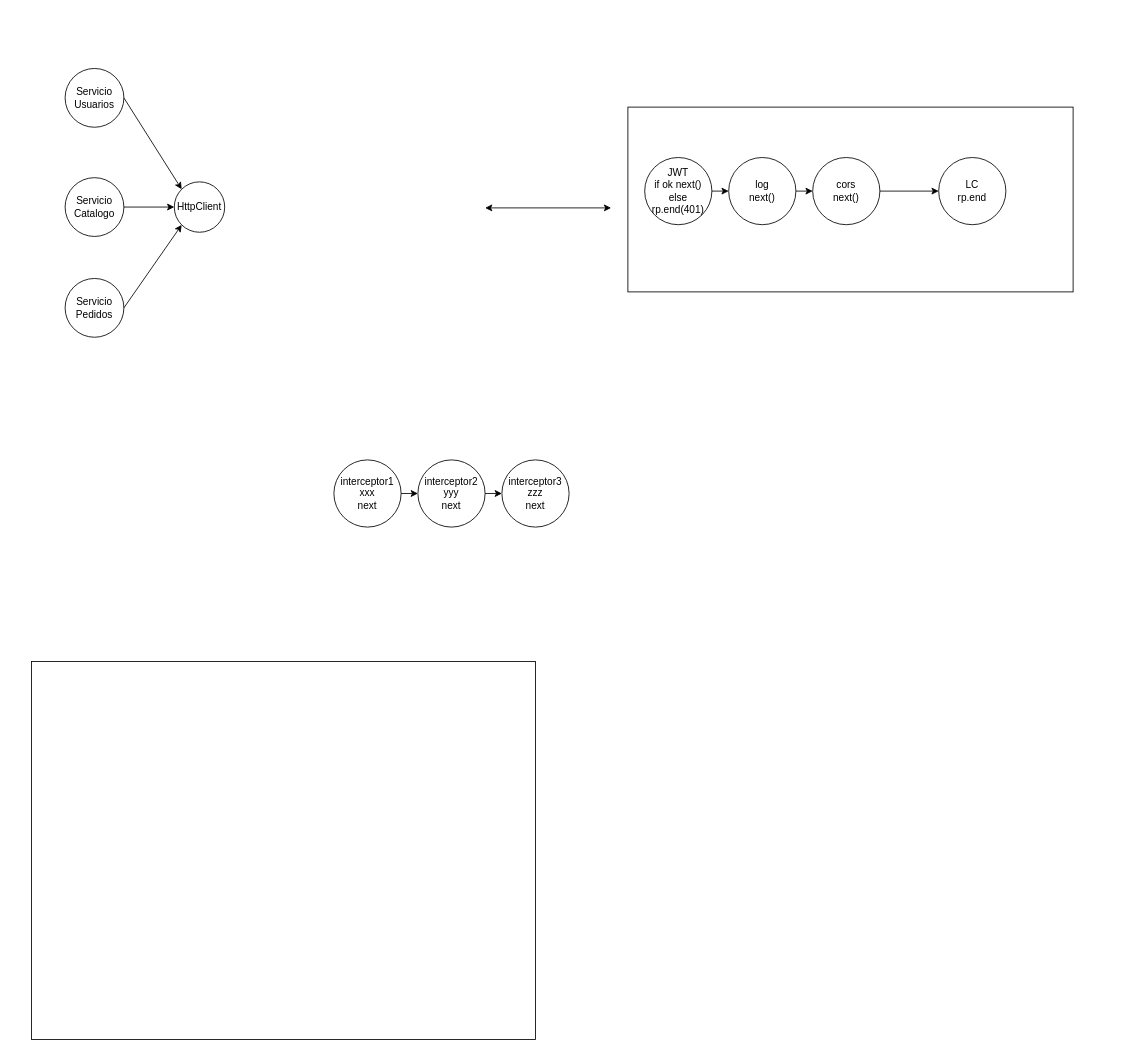
almoril00/MEAN keeps this draw.io diagram as page "Página-47" (47 of 47) of diagramas.drawio. Above is the earlier version. Source tidied: cells renumbered, new cells numbered last; positions are measured from the earlier drawing's top-left corner, leaving out a move shared by most shapes. Both pictures are drawn from the tidied source at 84%, with x=0, y=0 at pixel (31, 68).
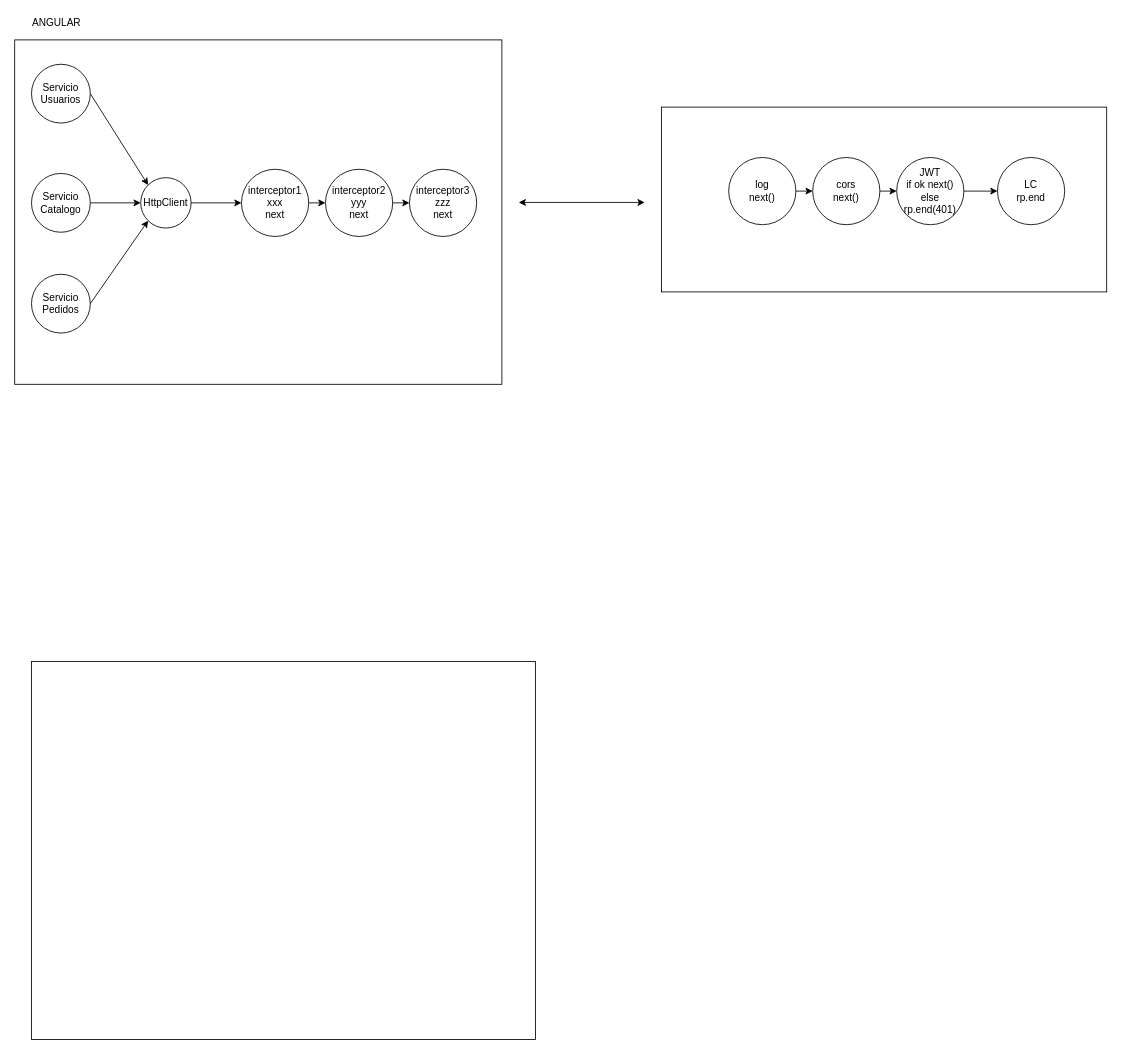
The same page after the edit.

Unchanged cells that the change refers to:
```xml
<mxCell id="14" value="log&lt;br&gt;next()" style="ellipse;whiteSpace=wrap;html=1;fillColor=none;" parent="1" vertex="1">
  <mxGeometry x="830" y="106" width="80" height="80" as="geometry" />
</mxCell>
<mxCell id="16" value="cors&lt;br&gt;next()" style="ellipse;whiteSpace=wrap;html=1;fillColor=none;" parent="1" vertex="1">
  <mxGeometry x="930" y="106" width="80" height="80" as="geometry" />
</mxCell>
```

Diff of the diagram source:
```diff
@@
+    <mxCell id="24" style="rounded=0;whiteSpace=wrap;html=1;fillColor=none;" parent="1" vertex="1">
+      <mxGeometry x="-20" y="-34" width="580" height="410" as="geometry" />
+    </mxCell>
     <mxCell id="2" style="rounded=0;whiteSpace=wrap;html=1;fillColor=none;" parent="1" vertex="1">
-      <mxGeometry x="710" y="46" width="530" height="220" as="geometry" />
+      <mxGeometry x="750" y="46" width="530" height="220" as="geometry" />
     </mxCell>
@@
     <mxCell id="4" value="Servicio&lt;br&gt;Usuarios" style="ellipse;whiteSpace=wrap;html=1;fillColor=none;" parent="1" vertex="1">
-      <mxGeometry x="40" width="70" height="70" as="geometry" />
+      <mxGeometry y="-5" width="70" height="70" as="geometry" />
     </mxCell>
     <mxCell id="5" value="LC&lt;br&gt;rp.end" style="ellipse;whiteSpace=wrap;html=1;fillColor=none;" parent="1" vertex="1">
-      <mxGeometry x="1080" y="106" width="80" height="80" as="geometry" />
+      <mxGeometry x="1150" y="106" width="80" height="80" as="geometry" />
     </mxCell>
+    <mxCell id="25" style="edgeStyle=orthogonalEdgeStyle;rounded=0;jettySize=auto;html=1;exitX=1;exitY=0.5;exitDx=0;exitDy=0;" parent="1" edge="1" source="6" target="8">
+      <mxGeometry relative="1" as="geometry" />
+    </mxCell>
     <mxCell id="6" value="HttpClient" style="ellipse;whiteSpace=wrap;html=1;fillColor=none;" parent="1" vertex="1">
-      <mxGeometry x="170" y="135" width="60" height="60" as="geometry" />
+      <mxGeometry x="130" y="130" width="60" height="60" as="geometry" />
     </mxCell>
@@
     <mxCell id="8" value="interceptor1&lt;br&gt;xxx&lt;br&gt;next" style="ellipse;whiteSpace=wrap;html=1;fillColor=none;" parent="1" vertex="1">
-      <mxGeometry x="360" y="466" width="80" height="80" as="geometry" />
+      <mxGeometry x="250" y="120" width="80" height="80" as="geometry" />
     </mxCell>
@@
     <mxCell id="10" value="interceptor2&lt;br&gt;yyy&lt;br&gt;next" style="ellipse;whiteSpace=wrap;html=1;fillColor=none;" parent="1" vertex="1">
-      <mxGeometry x="460" y="466" width="80" height="80" as="geometry" />
+      <mxGeometry x="350" y="120" width="80" height="80" as="geometry" />
     </mxCell>
     <mxCell id="11" value="interceptor3&lt;br&gt;zzz&lt;br&gt;next" style="ellipse;whiteSpace=wrap;html=1;fillColor=none;" parent="1" vertex="1">
-      <mxGeometry x="560" y="466" width="80" height="80" as="geometry" />
+      <mxGeometry x="450" y="120" width="80" height="80" as="geometry" />
     </mxCell>
     <mxCell id="12" style="endArrow=classic;startArrow=classic;html=1;" parent="1" edge="1">
       <mxGeometry relative="1" as="geometry">
-        <mxPoint x="540" y="166" as="sourcePoint" />
-        <mxPoint x="690" y="166" as="targetPoint" />
+        <mxPoint x="580" y="159.5" as="sourcePoint" />
+        <mxPoint x="730" y="159.5" as="targetPoint" />
       </mxGeometry>
     </mxCell>
@@
-    <mxCell id="15" style="edgeStyle=orthogonalEdgeStyle;rounded=0;jettySize=auto;html=1;exitX=1;exitY=0.5;exitDx=0;exitDy=0;" parent="1" edge="1" source="16" target="5">
-      <mxGeometry relative="1" as="geometry" />
-    </mxCell>
+    <mxCell id="26" style="edgeStyle=orthogonalEdgeStyle;rounded=0;jettySize=auto;html=1;exitX=1;exitY=0.5;exitDx=0;exitDy=0;entryX=0;entryY=0.5;entryDx=0;entryDy=0;" parent="1" edge="1" source="16" target="18">
+      <mxGeometry relative="1" as="geometry" />
+    </mxCell>
@@
-    <mxCell id="17" style="edgeStyle=orthogonalEdgeStyle;rounded=0;jettySize=auto;html=1;exitX=1;exitY=0.5;exitDx=0;exitDy=0;entryX=0;entryY=0.5;entryDx=0;entryDy=0;" parent="1" edge="1" source="18" target="14">
-      <mxGeometry relative="1" as="geometry" />
-    </mxCell>
+    <mxCell id="27" style="edgeStyle=orthogonalEdgeStyle;rounded=0;jettySize=auto;html=1;exitX=1;exitY=0.5;exitDx=0;exitDy=0;entryX=0;entryY=0.5;entryDx=0;entryDy=0;" parent="1" edge="1" source="18" target="5">
+      <mxGeometry relative="1" as="geometry" />
+    </mxCell>
     <mxCell id="18" value="JWT&lt;br&gt;if ok next()&lt;br&gt;else rp.end(401)" style="ellipse;whiteSpace=wrap;html=1;fillColor=none;" parent="1" vertex="1">
-      <mxGeometry x="730" y="106" width="80" height="80" as="geometry" />
+      <mxGeometry x="1030" y="106" width="80" height="80" as="geometry" />
     </mxCell>
     <mxCell id="19" value="Servicio&lt;br&gt;Catalogo" style="ellipse;whiteSpace=wrap;html=1;fillColor=none;" parent="1" vertex="1">
-      <mxGeometry x="40" y="130" width="70" height="70" as="geometry" />
+      <mxGeometry y="125" width="70" height="70" as="geometry" />
     </mxCell>
     <mxCell id="20" value="Servicio&lt;br&gt;Pedidos" style="ellipse;whiteSpace=wrap;html=1;fillColor=none;" parent="1" vertex="1">
-      <mxGeometry x="40" y="250" width="70" height="70" as="geometry" />
+      <mxGeometry y="245" width="70" height="70" as="geometry" />
     </mxCell>
@@
+    <mxCell id="28" value="ANGULAR" style="text;html=1;strokeColor=none;fillColor=none;align=center;verticalAlign=middle;whiteSpace=wrap;rounded=0;" parent="1" vertex="1">
+      <mxGeometry x="10" y="-64" width="40" height="20" as="geometry" />
+    </mxCell>
```
